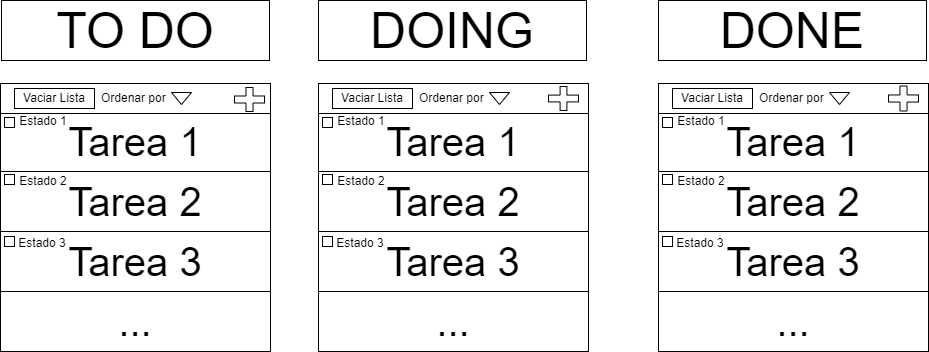
Above: Maquetacion.png in OsmanMehmed/todo-list-web-nativo (draw.io), before the change. Source tidied: cells renumbered, new cells last; positions are measured from the earlier drawing's top-left corner, leaving out a move shared by most shapes.
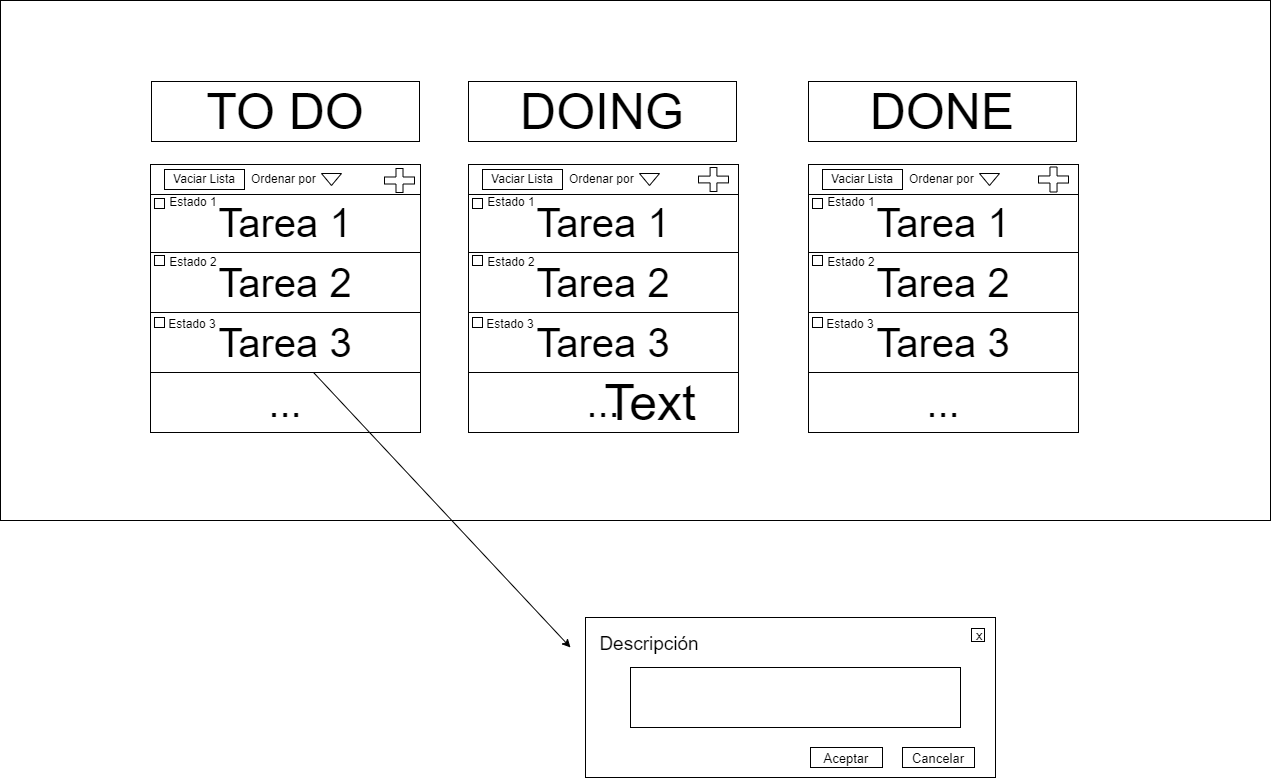
Above is the later version.

Diff of the diagram source:
```diff
@@ -2,6 +2,9 @@
   <root>
     <mxCell id="0" />
     <mxCell id="1" parent="0" />
+    <mxCell id="47" style="rounded=0;whiteSpace=wrap;html=1;fontSize=50;" parent="1" vertex="1">
+      <mxGeometry x="-150" y="-81" width="1270" height="520" as="geometry" />
+    </mxCell>
     <mxCell id="2" value="Tarea 1" style="rounded=0;whiteSpace=wrap;html=1;fontSize=40;" parent="1" vertex="1">
       <mxGeometry y="111" width="270" height="60" as="geometry" />
     </mxCell>
@@ -137,5 +140,31 @@
     <mxCell id="46" value="&lt;font style=&quot;font-size: 50px&quot;&gt;DONE&lt;/font&gt;" style="rounded=0;whiteSpace=wrap;html=1;fontSize=12;" parent="1" vertex="1">
       <mxGeometry x="658" width="268" height="60" as="geometry" />
     </mxCell>
+    <mxCell id="48" style="endArrow=classic;html=1;rounded=0;fontSize=50;" parent="1" edge="1" source="4">
+      <mxGeometry relative="1" as="geometry">
+        <mxPoint x="420" y="566" as="targetPoint" />
+      </mxGeometry>
+    </mxCell>
+    <mxCell id="49" style="rounded=0;whiteSpace=wrap;html=1;fontSize=50;" parent="1" vertex="1">
+      <mxGeometry x="435" y="536" width="410" height="160" as="geometry" />
+    </mxCell>
+    <mxCell id="50" value="Text" style="text;html=1;strokeColor=none;fillColor=none;align=center;verticalAlign=middle;whiteSpace=wrap;rounded=0;fontSize=50;" parent="1" vertex="1">
+      <mxGeometry x="470" y="306" width="60" height="30" as="geometry" />
+    </mxCell>
+    <mxCell id="51" value="&lt;font style=&quot;font-size: 19px&quot;&gt;Descripción&lt;/font&gt;" style="text;html=1;strokeColor=none;fillColor=none;align=center;verticalAlign=middle;whiteSpace=wrap;rounded=0;fontSize=50;" parent="1" vertex="1">
+      <mxGeometry x="469" y="536" width="60" height="30" as="geometry" />
+    </mxCell>
+    <mxCell id="52" style="rounded=0;whiteSpace=wrap;html=1;fontSize=19;" parent="1" vertex="1">
+      <mxGeometry x="480" y="586" width="330" height="60" as="geometry" />
+    </mxCell>
+    <mxCell id="53" value="&lt;span style=&quot;font-size: 13px&quot;&gt;Aceptar&lt;/span&gt;" style="rounded=0;whiteSpace=wrap;html=1;fontSize=19;" parent="1" vertex="1">
+      <mxGeometry x="660" y="666" width="72" height="20" as="geometry" />
+    </mxCell>
+    <mxCell id="54" value="&lt;span style=&quot;font-size: 13px&quot;&gt;Cancelar&lt;/span&gt;" style="rounded=0;whiteSpace=wrap;html=1;fontSize=19;" parent="1" vertex="1">
+      <mxGeometry x="752" y="666" width="72" height="20" as="geometry" />
+    </mxCell>
+    <mxCell id="55" value="&amp;nbsp;x" style="whiteSpace=wrap;html=1;fontSize=13;" parent="1" vertex="1">
+      <mxGeometry x="821" y="547" width="13" height="13" as="geometry" />
+    </mxCell>
   </root>
 </mxGraphModel>
```
